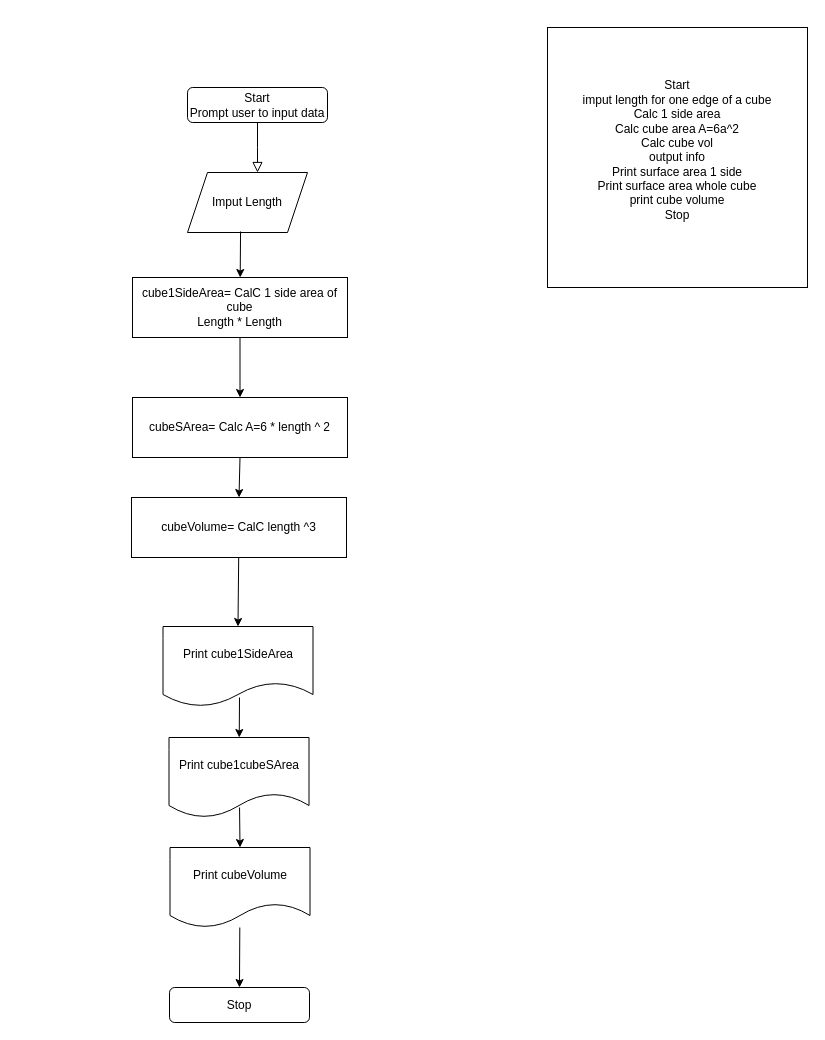
lazurs1/SchoolCraft keeps this draw.io diagram as CIS129/Untitled Diagram.drawio. Above is the earlier version. Source tidied: cells renumbered, new cells numbered last; positions are measured from the earlier drawing's top-left corner, leaving out a move shared by most shapes. Both pictures are drawn from the tidied source at 100%, with x=0, y=0 at pixel (131, 27).
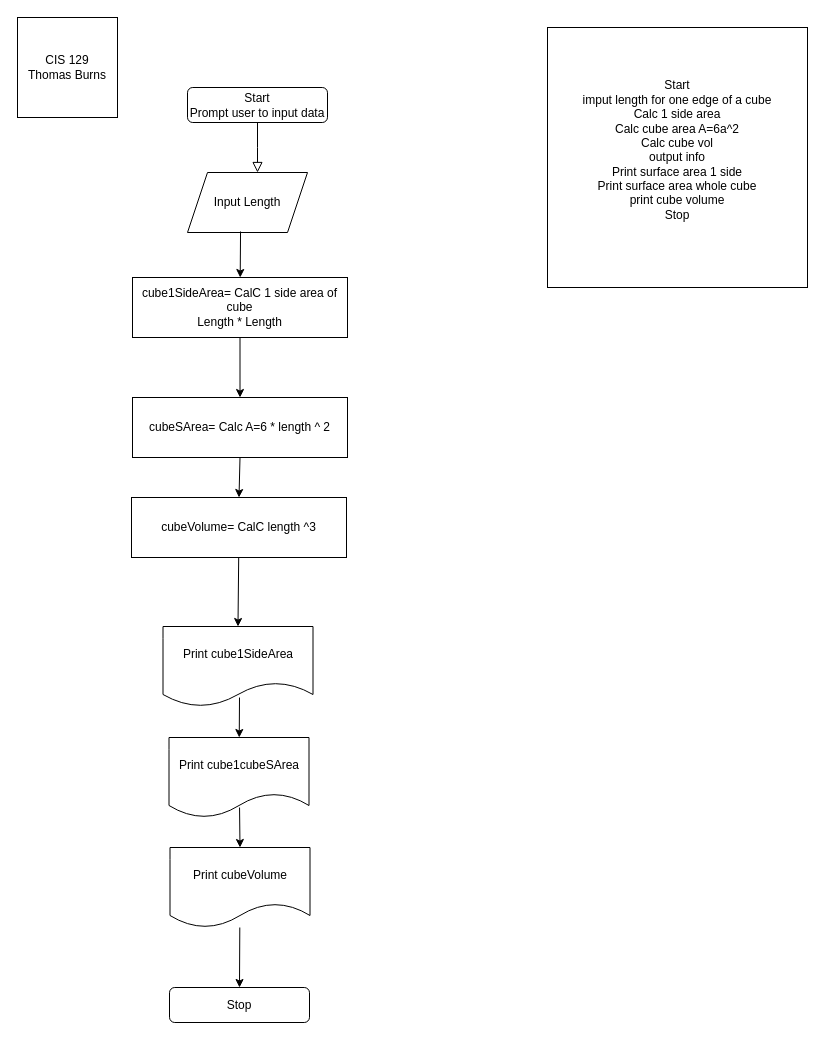
The same diagram, later.

The edit, as a diff of the source:
```diff
@@
-    <mxCell id="4" value="Imput Length" style="shape=parallelogram;perimeter=parallelogramPerimeter;whiteSpace=wrap;html=1;fixedSize=1;" parent="1" vertex="1">
+    <mxCell id="4" value="Input Length" style="shape=parallelogram;perimeter=parallelogramPerimeter;whiteSpace=wrap;html=1;fixedSize=1;" parent="1" vertex="1">
       <mxGeometry x="56" y="145" width="120" height="60" as="geometry" />
     </mxCell>
@@
+    <mxCell id="20" value="CIS 129&lt;br&gt;Thomas Burns" style="whiteSpace=wrap;html=1;" parent="1" vertex="1">
+      <mxGeometry x="-114" y="-10" width="100" height="100" as="geometry" />
+    </mxCell>
```
